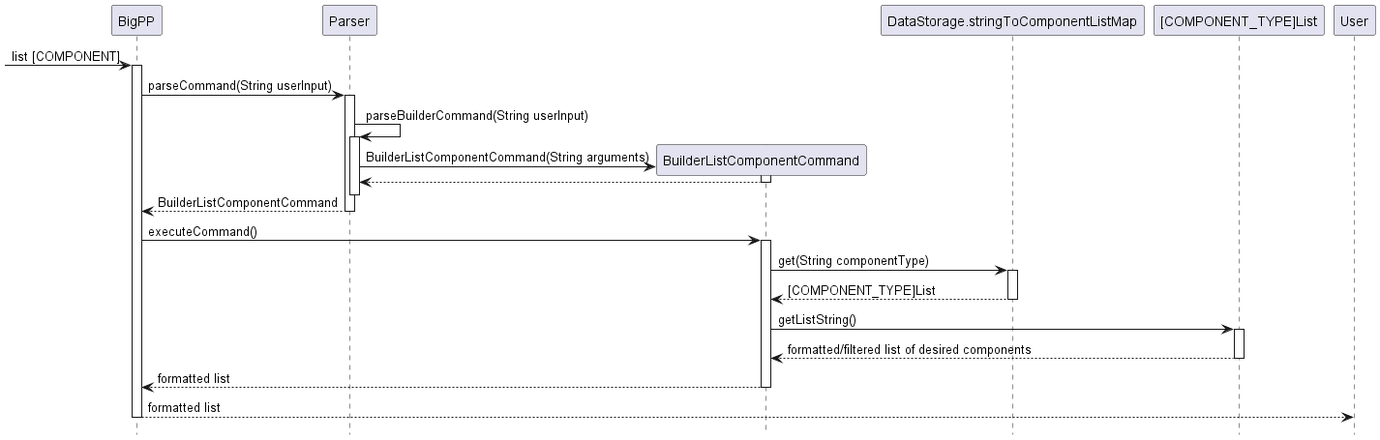
Before: docs/uml-pictures/listComponentCommand.png, a diagram exported from PlantUML (typingpanda/tp).
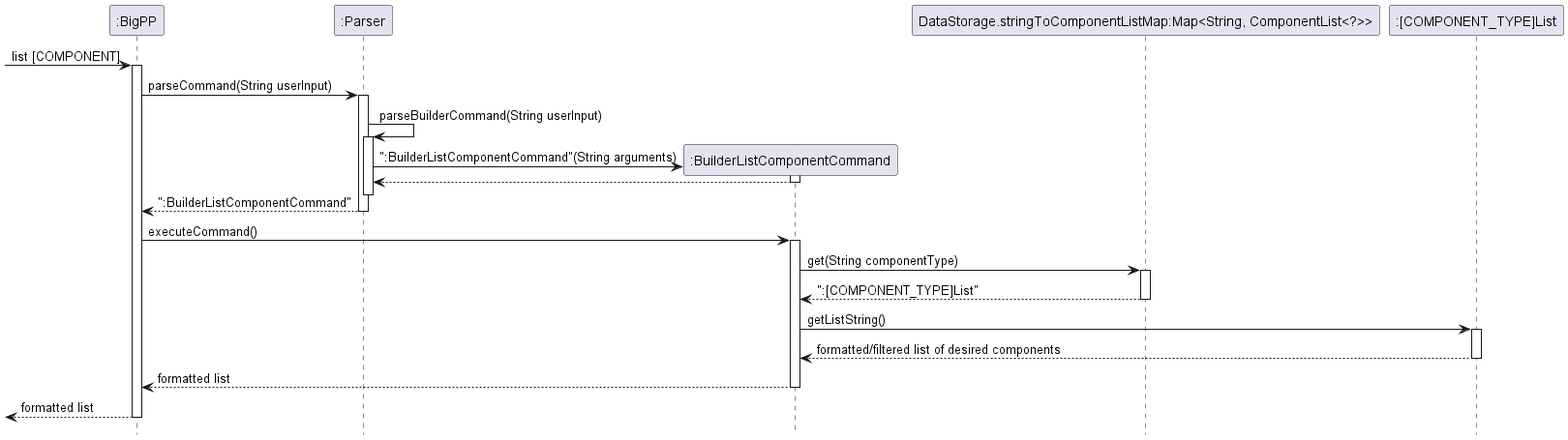
The same diagram one commit later.

Commit message:
Export new png listComponentCommand

What changed in the source:
```diff
@@ -2,43 +2,44 @@
 !pragma teoz true
 hide footbox
 
--> BigPP : list [COMPONENT]
+-> ":BigPP" : list [COMPONENT]
 
-activate BigPP
+activate ":BigPP"
 
-BigPP -> Parser : parseCommand(String userInput)
-activate Parser
+":BigPP" -> ":Parser" : parseCommand(String userInput)
+activate ":Parser"
 
-Parser -> Parser : parseBuilderCommand(String userInput)
-activate Parser
-create BuilderListComponentCommand
+":Parser" -> ":Parser" : parseBuilderCommand(String userInput)
+activate ":Parser"
+create ":BuilderListComponentCommand"
 
-Parser -> BuilderListComponentCommand : BuilderListComponentCommand(String arguments)
-activate BuilderListComponentCommand
-BuilderListComponentCommand --> Parser
-deactivate BuilderListComponentCommand
+":Parser" -> ":BuilderListComponentCommand" : ":BuilderListComponentCommand"(String arguments)
+activate ":BuilderListComponentCommand"
+":BuilderListComponentCommand" --> ":Parser"
+deactivate ":BuilderListComponentCommand"
 
-deactivate Parser
-Parser --> BigPP: BuilderListComponentCommand
-deactivate Parser
+deactivate ":Parser"
+":Parser" --> ":BigPP": ":BuilderListComponentCommand"
+deactivate ":Parser"
 
-BigPP -> BuilderListComponentCommand : executeCommand()
-activate BuilderListComponentCommand
-BuilderListComponentCommand -> DataStorage.stringToComponentListMap : get(String componentType)
-activate DataStorage.stringToComponentListMap
-DataStorage.stringToComponentListMap --> BuilderListComponentCommand : [COMPONENT_TYPE]List
-deactivate DataStorage.stringToComponentListMap
+":BigPP" -> ":BuilderListComponentCommand" : executeCommand()
+activate ":BuilderListComponentCommand"
+":BuilderListComponentCommand" -> "DataStorage.stringToComponentListMap:Map<String, ComponentList<?>>" : get(String componentType)
+activate "DataStorage.stringToComponentListMap:Map<String, ComponentList<?>>"
+"DataStorage.stringToComponentListMap:Map<String, ComponentList<?>>" --> ":BuilderListComponentCommand" : ":[COMPONENT_TYPE]List"
+deactivate "DataStorage.stringToComponentListMap:Map<String, ComponentList<?>>"
 
-BuilderListComponentCommand -> "[COMPONENT_TYPE]List" : getListString()
-activate "[COMPONENT_TYPE]List"
-"[COMPONENT_TYPE]List" --> BuilderListComponentCommand : formatted/filtered list of desired components
-deactivate "[COMPONENT_TYPE]List"
+":BuilderListComponentCommand" -> ":[COMPONENT_TYPE]List" : getListString()
+activate ":[COMPONENT_TYPE]List"
+":[COMPONENT_TYPE]List" --> ":BuilderListComponentCommand" : formatted/filtered list of desired components
+deactivate ":[COMPONENT_TYPE]List"
 
-BuilderListComponentCommand --> BigPP : formatted list
-deactivate BuilderListComponentCommand
+":BuilderListComponentCommand" --> ":BigPP" : formatted list
+deactivate ":BuilderListComponentCommand"
 
-BigPP --> User : formatted list
-deactivate BigPP
-deactivate User
+<-- ":BigPP" : formatted list
+
+deactivate ":BigPP"
+
 
 @enduml
```
